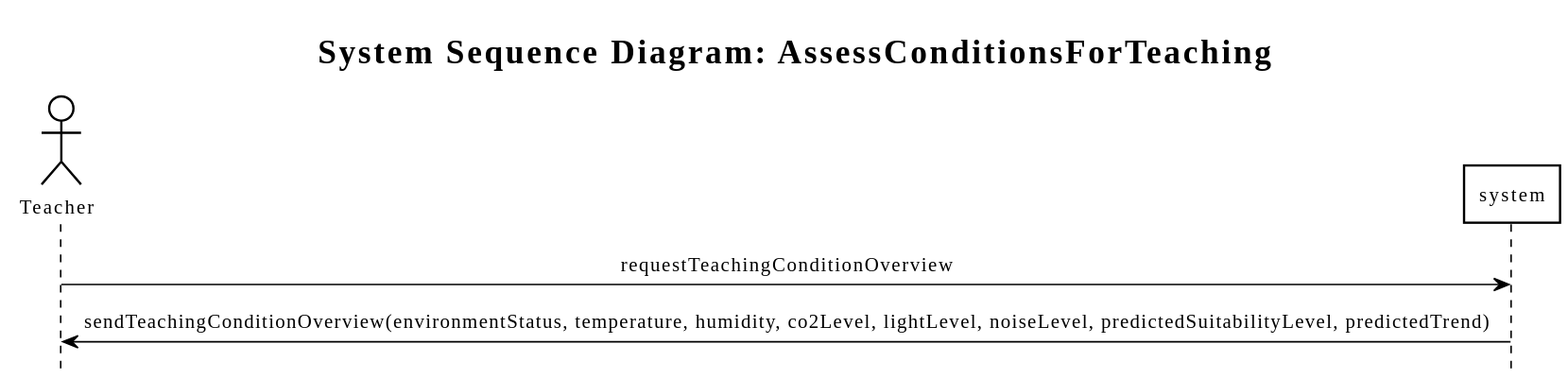
Earlier version of the PlantUML export Documentation/Analysis/ssds/StudyHelper_AssessConditionsForTeaching.ssd.svg (SEP4Real/SEP4). Its diagram source:
```plantuml
@startuml
title System Sequence Diagram: AssessConditionsForTeaching
!include https://raw.githubusercontent.com/fredoslav2004/MinimalThemePUML/refs/heads/main/minimal-theme.puml
actor "Teacher" as Actor
participant "system" as System

Actor -> System : requestTeachingConditionOverview
System -> Actor : sendTeachingConditionOverview(environmentStatus, temperature, humidity, co2Level, lightLevel, noiseLevel, predictedSuitabilityLevel, predictedTrend)
@enduml
```
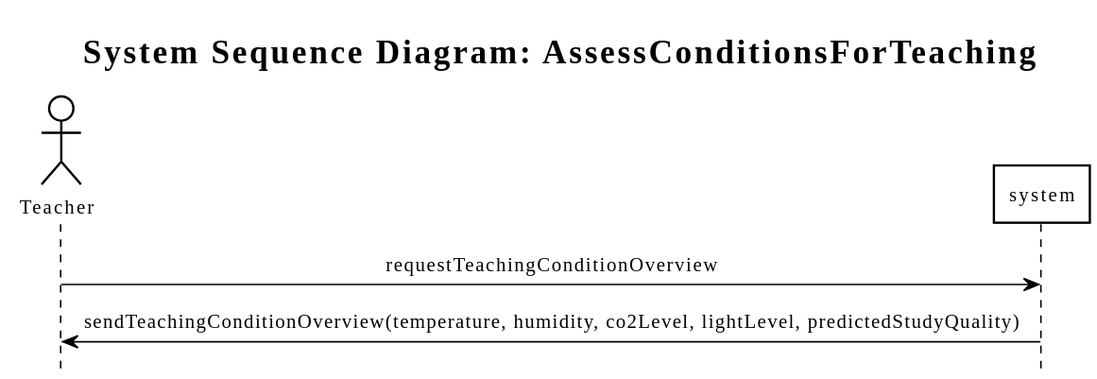
Later version of the same file.

What changed in the source:
```diff
@@ -5,5 +5,5 @@
 participant "system" as System
 
 Actor -> System : requestTeachingConditionOverview
-System -> Actor : sendTeachingConditionOverview(environmentStatus, temperature, humidity, co2Level, lightLevel, noiseLevel, predictedSuitabilityLevel, predictedTrend)
+System -> Actor : sendTeachingConditionOverview(temperature, humidity, co2Level, lightLevel, predictedStudyQuality)
 @enduml
```
